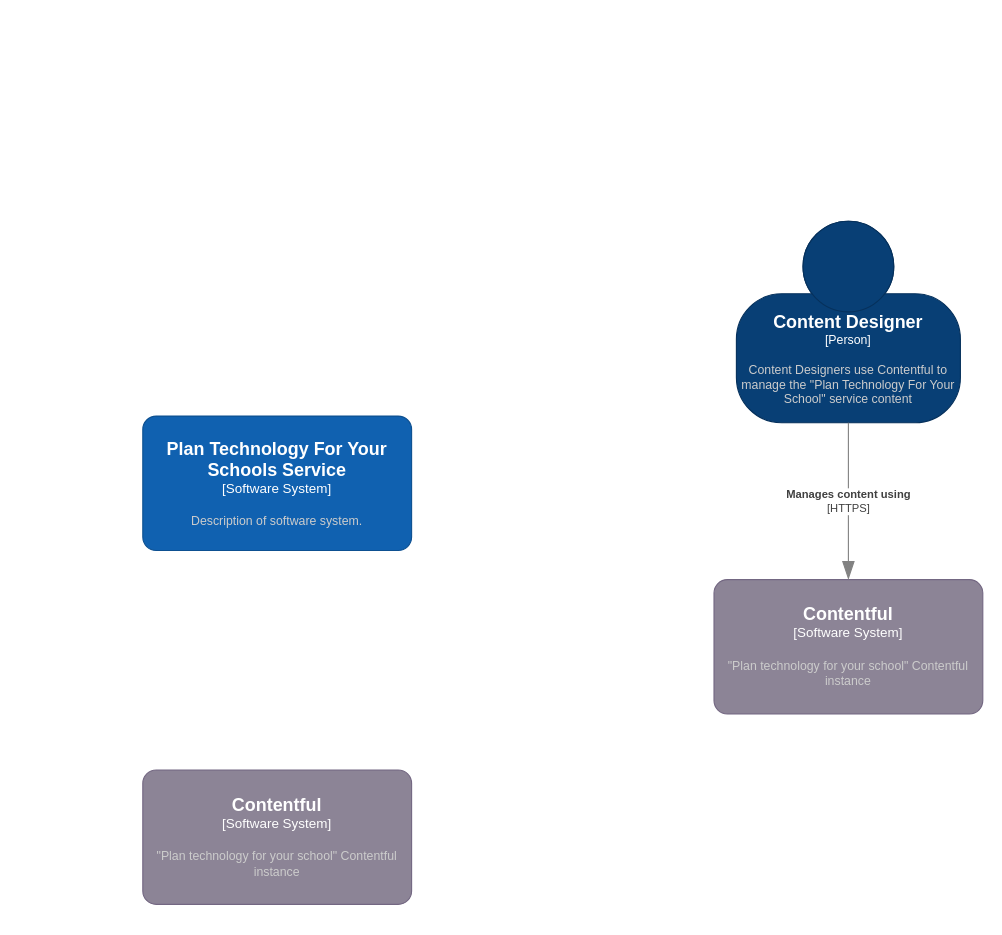
The draw.io diagram page "system-context" (1 of 3) of docs/diagrams/c4-model.drawio in DFE-Digital/sts-plan-technology-for-your-school, before the edit. Source tidied: cells renumbered, new cells numbered last; positions are measured from the earlier drawing's top-left corner, leaving out a move shared by most shapes. Both pictures are drawn from the tidied source at 112%, with x=0, y=0 at pixel (142, 221).
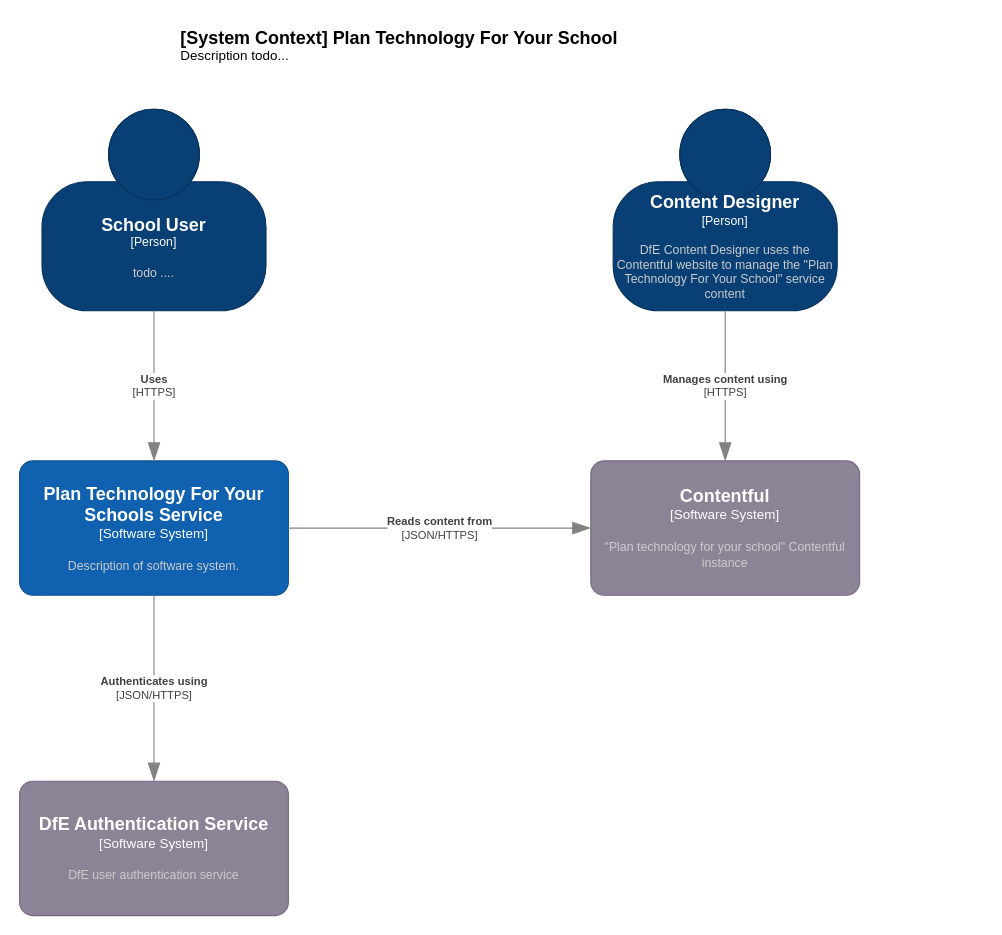
The same diagram, later.

Commit message (it also covers changes not shown here):
added context and component diagrams

Change to the diagram source:
```diff
@@
 <mxGraphModel>
   <root>
     <mxCell id="0" />
     <mxCell id="1" parent="0" />
     <object id="2" label="&lt;font style=&quot;font-size: 16px&quot;&gt;&lt;b&gt;%c4Name%&lt;/b&gt;&lt;/font&gt;&lt;div&gt;[%c4Type%]&lt;/div&gt;&lt;br&gt;&lt;div&gt;&lt;font style=&quot;font-size: 11px&quot;&gt;&lt;font color=&quot;#cccccc&quot;&gt;%c4Description%&lt;/font&gt;&lt;/div&gt;" c4Description="&quot;Plan technology for your school&quot; Contentful instance" c4Name="Contentful" c4Type="Software System" placeholders="1">
       <mxCell style="rounded=1;whiteSpace=wrap;html=1;labelBackgroundColor=none;fillColor=#8C8496;fontColor=#ffffff;align=center;arcSize=10;strokeColor=#736782;points=[[0.25,0,0],[0.5,0,0],[0.75,0,0],[1,0.25,0],[1,0.5,0],[1,0.75,0],[0.75,1,0],[0.5,1,0],[0.25,1,0],[0,0.75,0],[0,0.5,0],[0,0.25,0]];" parent="1" vertex="1">
-        <mxGeometry x="510" y="320" width="240" height="120" as="geometry" />
+        <mxGeometry x="400" y="214" width="240" height="120" as="geometry" />
       </mxCell>
     </object>
-    <object id="3" label="&lt;font style=&quot;font-size: 16px&quot;&gt;&lt;b&gt;%c4Name%&lt;/b&gt;&lt;/font&gt;&lt;div&gt;[%c4Type%]&lt;/div&gt;&lt;br&gt;&lt;div&gt;&lt;font style=&quot;font-size: 11px&quot;&gt;&lt;font color=&quot;#cccccc&quot;&gt;%c4Description%&lt;/font&gt;&lt;/div&gt;" c4Description="Content Designers use Contentful to manage the &quot;Plan Technology For Your School&quot; service content" c4Name="Content Designer" c4Type="Person" placeholders="1">
+    <object id="3" label="&lt;font style=&quot;font-size: 16px&quot;&gt;&lt;b&gt;%c4Name%&lt;/b&gt;&lt;/font&gt;&lt;div&gt;[%c4Type%]&lt;/div&gt;&lt;br&gt;&lt;div&gt;&lt;font style=&quot;font-size: 11px&quot;&gt;&lt;font color=&quot;#cccccc&quot;&gt;%c4Description%&lt;/font&gt;&lt;/div&gt;" c4Description="DfE Content Designer uses the Contentful website to manage the &quot;Plan Technology For Your School&quot; service content" c4Name="Content Designer" c4Type="Person" placeholders="1">
       <mxCell style="html=1;fontSize=11;dashed=0;whiteSpace=wrap;fillColor=#083F75;strokeColor=#06315C;fontColor=#ffffff;shape=mxgraph.c4.person2;align=center;points=[[0.5,0,0],[1,0.5,0],[1,0.75,0],[0.75,1,0],[0.5,1,0],[0.25,1,0],[0,0.75,0],[0,0.5,0]];" parent="1" vertex="1">
-        <mxGeometry x="530" width="200" height="180" as="geometry" />
+        <mxGeometry x="420" y="-100" width="200" height="180" as="geometry" />
       </mxCell>
     </object>
     <object id="4" label="&lt;div style=&quot;text-align: left&quot;&gt;&lt;div style=&quot;text-align: center&quot;&gt;&lt;b&gt;%c4Description%&lt;/b&gt;&lt;/div&gt;&lt;div style=&quot;text-align: center&quot;&gt;[%c4Technology%]&lt;/div&gt;&lt;/div&gt;" c4Description="Manages content using" c4Technology="HTTPS" placeholders="1">
       <mxCell style="endArrow=blockThin;html=1;fontSize=10;fontColor=#404040;strokeWidth=1;endFill=1;strokeColor=#828282;elbow=vertical;endSize=14;startSize=14;jumpStyle=arc;jumpSize=16;rounded=0;edgeStyle=orthogonalEdgeStyle;exitX=0.5;exitY=1;exitDx=0;exitDy=0;exitPerimeter=0;" parent="1" edge="1" source="3" target="2">
         <mxGeometry relative="1" as="geometry" />
       </mxCell>
     </object>
-    <object id="5" label="&lt;font style=&quot;font-size: 16px&quot;&gt;&lt;b&gt;%c4Name%&lt;/b&gt;&lt;/font&gt;&lt;div&gt;[%c4Type%]&lt;/div&gt;&lt;br&gt;&lt;div&gt;&lt;font style=&quot;font-size: 11px&quot;&gt;&lt;font color=&quot;#cccccc&quot;&gt;%c4Description%&lt;/font&gt;&lt;/div&gt;" c4Description="&quot;Plan technology for your school&quot; Contentful instance" c4Name="Contentful" c4Type="Software System" placeholders="1">
+    <object id="5" label="&lt;font style=&quot;font-size: 16px&quot;&gt;&lt;b&gt;%c4Name%&lt;/b&gt;&lt;/font&gt;&lt;div&gt;[%c4Type%]&lt;/div&gt;&lt;br&gt;&lt;div&gt;&lt;font style=&quot;font-size: 11px&quot;&gt;&lt;font color=&quot;#cccccc&quot;&gt;%c4Description%&lt;/font&gt;&lt;/div&gt;" c4Description="DfE user authentication service" c4Name="DfE Authentication Service" c4Type="Software System" placeholders="1">
       <mxCell style="rounded=1;whiteSpace=wrap;html=1;labelBackgroundColor=none;fillColor=#8C8496;fontColor=#ffffff;align=center;arcSize=10;strokeColor=#736782;points=[[0.25,0,0],[0.5,0,0],[0.75,0,0],[1,0.25,0],[1,0.5,0],[1,0.75,0],[0.75,1,0],[0.5,1,0],[0.25,1,0],[0,0.75,0],[0,0.5,0],[0,0.25,0]];" parent="1" vertex="1">
-        <mxGeometry y="490" width="240" height="120" as="geometry" />
+        <mxGeometry x="-110" y="500" width="240" height="120" as="geometry" />
       </mxCell>
     </object>
     <object id="6" label="&lt;font style=&quot;font-size: 16px&quot;&gt;&lt;b&gt;%c4Name%&lt;/b&gt;&lt;/font&gt;&lt;div&gt;[%c4Type%]&lt;/div&gt;&lt;br&gt;&lt;div&gt;&lt;font style=&quot;font-size: 11px&quot;&gt;&lt;font color=&quot;#cccccc&quot;&gt;%c4Description%&lt;/font&gt;&lt;/div&gt;" c4Description="Description of software system." c4Name="Plan Technology For Your Schools Service" c4Type="Software System" placeholders="1">
       <mxCell style="rounded=1;whiteSpace=wrap;html=1;labelBackgroundColor=none;fillColor=#1061B0;fontColor=#ffffff;align=center;arcSize=10;strokeColor=#0D5091;points=[[0.25,0,0],[0.5,0,0],[0.75,0,0],[1,0.25,0],[1,0.5,0],[1,0.75,0],[0.75,1,0],[0.5,1,0],[0.25,1,0],[0,0.75,0],[0,0.5,0],[0,0.25,0]];" parent="1" vertex="1">
-        <mxGeometry y="174" width="240" height="120" as="geometry" />
+        <mxGeometry x="-110" y="214" width="240" height="120" as="geometry" />
       </mxCell>
     </object>
+    <object id="7" label="&lt;div style=&quot;text-align: left&quot;&gt;&lt;div style=&quot;text-align: center&quot;&gt;&lt;b&gt;%c4Description%&lt;/b&gt;&lt;/div&gt;&lt;div style=&quot;text-align: center&quot;&gt;[%c4Technology%]&lt;/div&gt;&lt;/div&gt;" c4Description="Reads content from" c4Technology="JSON/HTTPS" placeholders="1">
+      <mxCell style="endArrow=blockThin;html=1;fontSize=10;fontColor=#404040;strokeWidth=1;endFill=1;strokeColor=#828282;elbow=vertical;endSize=14;startSize=14;jumpStyle=arc;jumpSize=16;rounded=0;edgeStyle=orthogonalEdgeStyle;exitX=1;exitY=0.5;exitDx=0;exitDy=0;exitPerimeter=0;entryX=0;entryY=0.5;entryDx=0;entryDy=0;entryPerimeter=0;" parent="1" edge="1" source="6" target="2">
+        <mxGeometry relative="1" as="geometry" />
+      </mxCell>
+    </object>
+    <object id="8" label="&lt;div style=&quot;text-align: left&quot;&gt;&lt;div style=&quot;text-align: center&quot;&gt;&lt;b&gt;%c4Description%&lt;/b&gt;&lt;/div&gt;&lt;div style=&quot;text-align: center&quot;&gt;[%c4Technology%]&lt;/div&gt;&lt;/div&gt;" c4Description="Authenticates using" c4Technology="JSON/HTTPS" placeholders="1">
+      <mxCell style="endArrow=blockThin;html=1;fontSize=10;fontColor=#404040;strokeWidth=1;endFill=1;strokeColor=#828282;elbow=vertical;endSize=14;startSize=14;jumpStyle=arc;jumpSize=16;rounded=0;edgeStyle=orthogonalEdgeStyle;exitX=0.5;exitY=1;exitDx=0;exitDy=0;exitPerimeter=0;entryX=0.5;entryY=0;entryDx=0;entryDy=0;entryPerimeter=0;" parent="1" edge="1" source="6" target="5">
+        <mxGeometry relative="1" as="geometry" />
+      </mxCell>
+    </object>
+    <object id="9" label="&lt;font style=&quot;font-size: 16px&quot;&gt;&lt;b&gt;%c4Name%&lt;/b&gt;&lt;/font&gt;&lt;div&gt;[%c4Type%]&lt;/div&gt;&lt;br&gt;&lt;div&gt;&lt;font style=&quot;font-size: 11px&quot;&gt;&lt;font color=&quot;#cccccc&quot;&gt;%c4Description%&lt;/font&gt;&lt;/div&gt;" c4Description="todo ...." c4Name="School User" c4Type="Person" placeholders="1">
+      <mxCell style="html=1;fontSize=11;dashed=0;whiteSpace=wrap;fillColor=#083F75;strokeColor=#06315C;fontColor=#ffffff;shape=mxgraph.c4.person2;align=center;points=[[0.5,0,0],[1,0.5,0],[1,0.75,0],[0.75,1,0],[0.5,1,0],[0.25,1,0],[0,0.75,0],[0,0.5,0]];" parent="1" vertex="1">
+        <mxGeometry x="-90" y="-100" width="200" height="180" as="geometry" />
+      </mxCell>
+    </object>
+    <object id="10" label="&lt;font style=&quot;font-size: 16px&quot;&gt;&lt;b&gt;&lt;div style=&quot;text-align: left&quot;&gt;%c4Name%&lt;/div&gt;&lt;/b&gt;&lt;/font&gt;&lt;div style=&quot;text-align: left&quot;&gt;%c4Description%&lt;/div&gt;" c4Description="Description todo..." c4Name="[System Context] Plan Technology For Your School" placeholders="1">
+      <mxCell style="text;html=1;strokeColor=none;fillColor=none;align=left;verticalAlign=top;whiteSpace=wrap;rounded=0;" parent="1" vertex="1">
+        <mxGeometry x="32" y="-180" width="465" height="40" as="geometry" />
+      </mxCell>
+    </object>
+    <object id="11" label="&lt;div style=&quot;text-align: left&quot;&gt;&lt;div style=&quot;text-align: center&quot;&gt;&lt;b&gt;%c4Description%&lt;/b&gt;&lt;/div&gt;&lt;div style=&quot;text-align: center&quot;&gt;[%c4Technology%]&lt;/div&gt;&lt;/div&gt;" c4Description="Uses" c4Technology="HTTPS" placeholders="1">
+      <mxCell style="endArrow=blockThin;html=1;fontSize=10;fontColor=#404040;strokeWidth=1;endFill=1;strokeColor=#828282;elbow=vertical;endSize=14;startSize=14;jumpStyle=arc;jumpSize=16;rounded=0;edgeStyle=orthogonalEdgeStyle;exitX=0.5;exitY=1;exitDx=0;exitDy=0;exitPerimeter=0;entryX=0.5;entryY=0;entryDx=0;entryDy=0;entryPerimeter=0;" parent="1" edge="1" source="9" target="6">
+        <mxGeometry relative="1" as="geometry" />
+      </mxCell>
+    </object>
   </root>
 </mxGraphModel>
```
